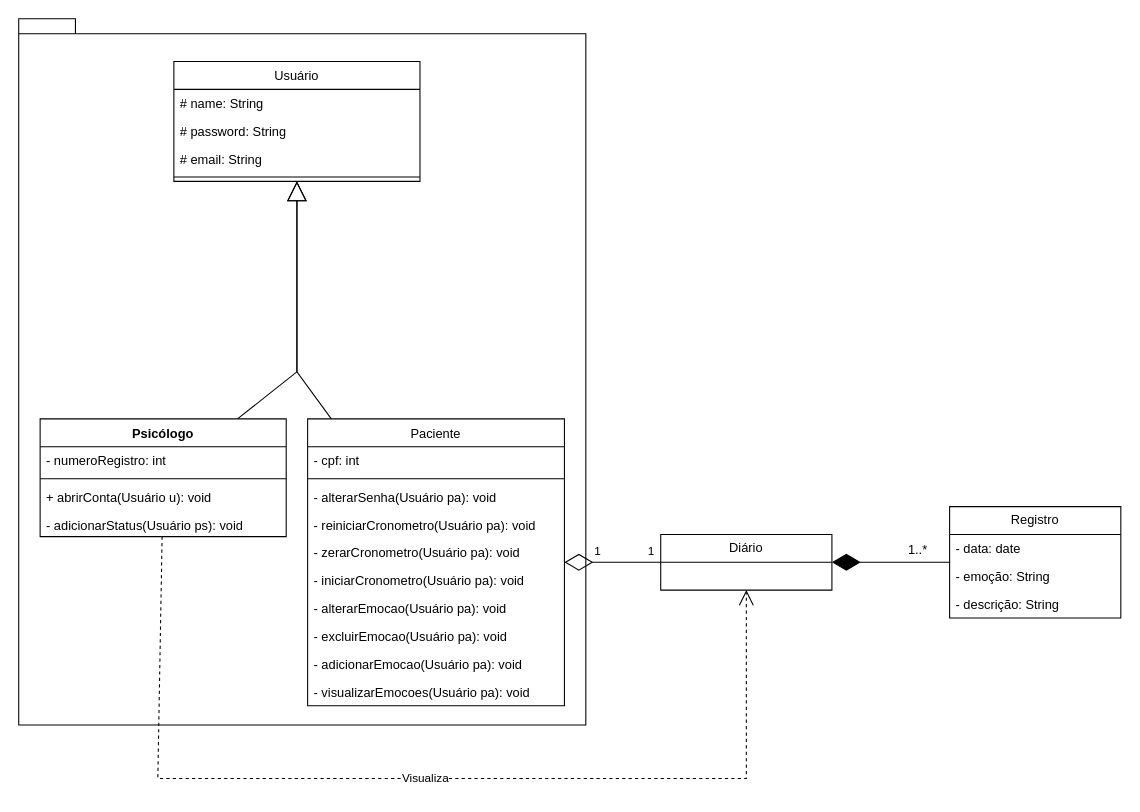
Above: InterfaceMyPeace.drawio in RebecaVieiraM/Diagramas (draw.io), before the change. Source tidied: cells renumbered, new cells numbered last; positions are measured from the earlier drawing's top-left corner, leaving out a move shared by most shapes. Both pictures are drawn from the tidied source at 107%, with x=0, y=0 at pixel (18, 18).
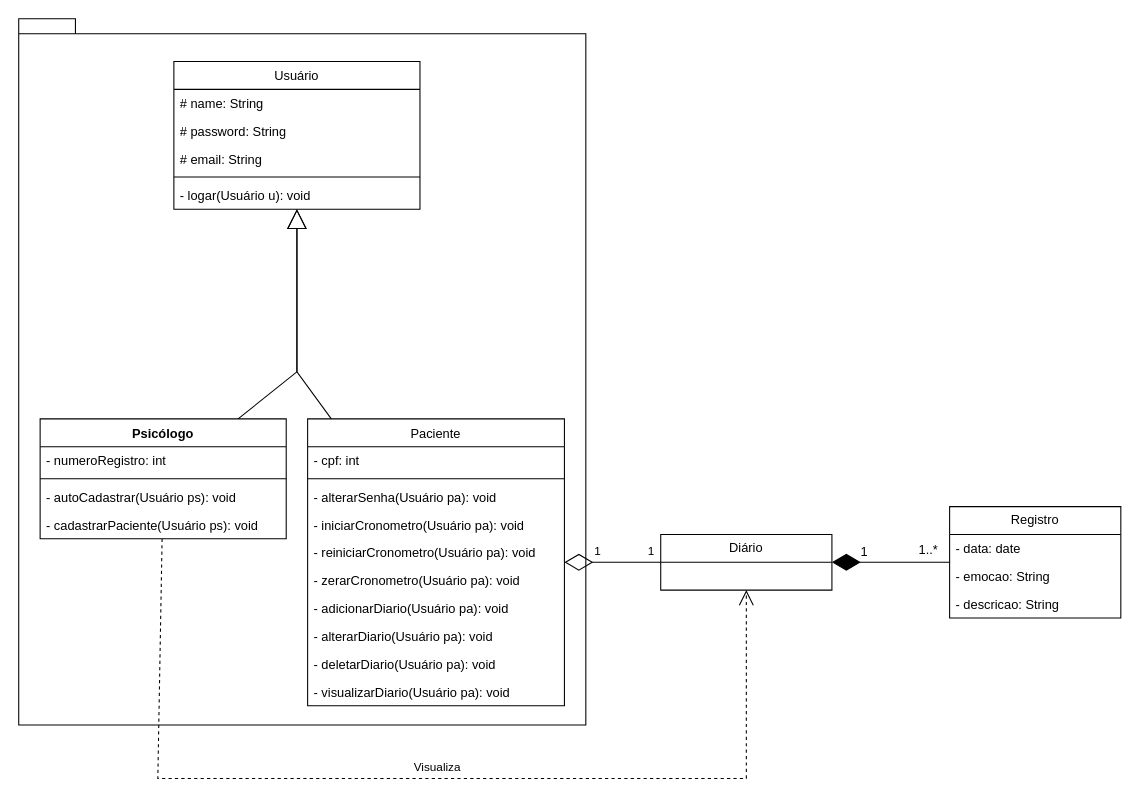
After the change.

Unchanged cells that the change refers to:
```xml
<mxCell id="5" value="Diário" style="swimlane;fontStyle=0;horizontal=1;startSize=26;fillColor=none;whiteSpace=wrap;html=1;" parent="1" vertex="1">
  <mxGeometry x="600" y="482" width="160" height="52" as="geometry" />
</mxCell>
<mxCell id="8" value="Registro" style="swimlane;fontStyle=0;horizontal=1;startSize=26;fillColor=none;whiteSpace=wrap;html=1;" parent="1" vertex="1">
  <mxGeometry x="870" y="456" width="160" height="104" as="geometry" />
</mxCell>
<mxCell id="18" value="&lt;span style=&quot;font-weight: 400;&quot;&gt;Paciente&lt;/span&gt;" style="swimlane;fontStyle=1;align=center;verticalAlign=top;horizontal=1;startSize=26;whiteSpace=wrap;html=1;" parent="1" vertex="1">
  <mxGeometry x="270" y="374" width="240" height="268" as="geometry" />
</mxCell>
```

The edit, as a diff of the source:
```diff
@@
-    <mxCell id="10" value="- emoção&lt;span style=&quot;background-color: initial;&quot;&gt;: String&lt;/span&gt;" style="text;strokeColor=none;fillColor=none;align=left;verticalAlign=top;spacingLeft=4;spacingRight=4;overflow=hidden;whiteSpace=wrap;html=1;" parent="8" vertex="1">
+    <mxCell id="10" value="- emocao&lt;span style=&quot;background-color: initial;&quot;&gt;: String&lt;/span&gt;" style="text;strokeColor=none;fillColor=none;align=left;verticalAlign=top;spacingLeft=4;spacingRight=4;overflow=hidden;whiteSpace=wrap;html=1;" parent="8" vertex="1">
       <mxGeometry y="52" width="160" height="26" as="geometry" />
     </mxCell>
-    <mxCell id="11" value="- descrição&lt;span style=&quot;background-color: initial;&quot;&gt;: String&lt;/span&gt;" style="text;strokeColor=none;fillColor=none;align=left;verticalAlign=top;spacingLeft=4;spacingRight=4;overflow=hidden;whiteSpace=wrap;html=1;" parent="8" vertex="1">
+    <mxCell id="11" value="- descricao&lt;span style=&quot;background-color: initial;&quot;&gt;: String&lt;/span&gt;" style="text;strokeColor=none;fillColor=none;align=left;verticalAlign=top;spacingLeft=4;spacingRight=4;overflow=hidden;whiteSpace=wrap;html=1;" parent="8" vertex="1">
       <mxGeometry y="78" width="160" height="26" as="geometry" />
     </mxCell>
     <mxCell id="12" value="1..*" style="text;html=1;align=center;verticalAlign=middle;strokeColor=none;fillColor=none;" parent="1" vertex="1">
-      <mxGeometry x="820" y="482" width="40" height="30" as="geometry" />
+      <mxGeometry x="830" y="482" width="40" height="30" as="geometry" />
     </mxCell>
     <mxCell id="13" value="Psicólogo" style="swimlane;fontStyle=1;align=center;verticalAlign=top;horizontal=1;startSize=26;whiteSpace=wrap;html=1;" parent="1" vertex="1">
-      <mxGeometry x="20" y="374" width="230" height="110" as="geometry" />
+      <mxGeometry x="20" y="374" width="230" height="112" as="geometry" />
     </mxCell>
@@
-    <mxCell id="16" value="+ abrirConta(Usuário u): void" style="text;strokeColor=none;fillColor=none;align=left;verticalAlign=top;spacingLeft=4;spacingRight=4;overflow=hidden;whiteSpace=wrap;html=1;" parent="13" vertex="1">
+    <mxCell id="16" value="- autoCadastrar(Usuário ps): void" style="text;strokeColor=none;fillColor=none;align=left;verticalAlign=top;spacingLeft=4;spacingRight=4;overflow=hidden;whiteSpace=wrap;html=1;" parent="13" vertex="1">
       <mxGeometry y="60" width="230" height="26" as="geometry" />
     </mxCell>
-    <mxCell id="17" value="- adicionarStatus(Usuário ps): void" style="text;strokeColor=none;fillColor=none;align=left;verticalAlign=top;spacingLeft=4;spacingRight=4;overflow=hidden;whiteSpace=wrap;html=1;" parent="13" vertex="1">
-      <mxGeometry y="86" width="230" height="24" as="geometry" />
-    </mxCell>
+    <mxCell id="37" value="- cadastrarPaciente(Usuário ps): void" style="text;strokeColor=none;fillColor=none;align=left;verticalAlign=top;spacingLeft=4;spacingRight=4;overflow=hidden;whiteSpace=wrap;html=1;" parent="13" vertex="1">
+      <mxGeometry y="86" width="230" height="26" as="geometry" />
+    </mxCell>
@@
+    <mxCell id="24" value="- iniciarCronometro(Usuário pa): void" style="text;strokeColor=none;fillColor=none;align=left;verticalAlign=top;spacingLeft=4;spacingRight=4;overflow=hidden;whiteSpace=wrap;html=1;" parent="18" vertex="1">
+      <mxGeometry y="86" width="240" height="26" as="geometry" />
+    </mxCell>
     <mxCell id="22" value="- reiniciarCronometro(Usuário pa): void" style="text;strokeColor=none;fillColor=none;align=left;verticalAlign=top;spacingLeft=4;spacingRight=4;overflow=hidden;whiteSpace=wrap;html=1;" parent="18" vertex="1">
-      <mxGeometry y="86" width="240" height="26" as="geometry" />
+      <mxGeometry y="112" width="240" height="26" as="geometry" />
     </mxCell>
     <mxCell id="23" value="- zerarCronometro(Usuário pa): void" style="text;strokeColor=none;fillColor=none;align=left;verticalAlign=top;spacingLeft=4;spacingRight=4;overflow=hidden;whiteSpace=wrap;html=1;" parent="18" vertex="1">
-      <mxGeometry y="112" width="240" height="26" as="geometry" />
+      <mxGeometry y="138" width="240" height="26" as="geometry" />
     </mxCell>
-    <mxCell id="24" value="- iniciarCronometro(Usuário pa): void" style="text;strokeColor=none;fillColor=none;align=left;verticalAlign=top;spacingLeft=4;spacingRight=4;overflow=hidden;whiteSpace=wrap;html=1;" parent="18" vertex="1">
-      <mxGeometry y="138" width="240" height="26" as="geometry" />
-    </mxCell>
+    <mxCell id="27" value="- adicionarDiario(Usuário pa): void" style="text;strokeColor=none;fillColor=none;align=left;verticalAlign=top;spacingLeft=4;spacingRight=4;overflow=hidden;whiteSpace=wrap;html=1;" parent="18" vertex="1">
+      <mxGeometry y="164" width="240" height="26" as="geometry" />
+    </mxCell>
-    <mxCell id="25" value="- alterarEmocao(Usuário pa): void" style="text;strokeColor=none;fillColor=none;align=left;verticalAlign=top;spacingLeft=4;spacingRight=4;overflow=hidden;whiteSpace=wrap;html=1;" parent="18" vertex="1">
-      <mxGeometry y="164" width="240" height="26" as="geometry" />
+    <mxCell id="25" value="- alterarDiario(Usuário pa): void" style="text;strokeColor=none;fillColor=none;align=left;verticalAlign=top;spacingLeft=4;spacingRight=4;overflow=hidden;whiteSpace=wrap;html=1;" parent="18" vertex="1">
+      <mxGeometry y="190" width="240" height="26" as="geometry" />
     </mxCell>
-    <mxCell id="26" value="- excluirEmocao(Usuário pa): void" style="text;strokeColor=none;fillColor=none;align=left;verticalAlign=top;spacingLeft=4;spacingRight=4;overflow=hidden;whiteSpace=wrap;html=1;" parent="18" vertex="1">
-      <mxGeometry y="190" width="240" height="26" as="geometry" />
+    <mxCell id="26" value="- deletarDiario(Usuário pa): void" style="text;strokeColor=none;fillColor=none;align=left;verticalAlign=top;spacingLeft=4;spacingRight=4;overflow=hidden;whiteSpace=wrap;html=1;" parent="18" vertex="1">
+      <mxGeometry y="216" width="240" height="26" as="geometry" />
     </mxCell>
-    <mxCell id="27" value="- adicionarEmocao(Usuário pa): void" style="text;strokeColor=none;fillColor=none;align=left;verticalAlign=top;spacingLeft=4;spacingRight=4;overflow=hidden;whiteSpace=wrap;html=1;" parent="18" vertex="1">
-      <mxGeometry y="216" width="240" height="26" as="geometry" />
-    </mxCell>
-    <mxCell id="28" value="- visualizarEmocoes(Usuário pa): void" style="text;strokeColor=none;fillColor=none;align=left;verticalAlign=top;spacingLeft=4;spacingRight=4;overflow=hidden;whiteSpace=wrap;html=1;" parent="18" vertex="1">
+    <mxCell id="28" value="- visualizarDiario(Usuário pa): void" style="text;strokeColor=none;fillColor=none;align=left;verticalAlign=top;spacingLeft=4;spacingRight=4;overflow=hidden;whiteSpace=wrap;html=1;" parent="18" vertex="1">
       <mxGeometry y="242" width="240" height="26" as="geometry" />
     </mxCell>
     <mxCell id="29" value="&lt;span style=&quot;font-weight: 400;&quot;&gt;Usuário&lt;/span&gt;" style="swimlane;fontStyle=1;align=center;verticalAlign=top;horizontal=1;startSize=26;whiteSpace=wrap;html=1;" parent="1" vertex="1">
-      <mxGeometry x="145" y="40" width="230" height="112" as="geometry" />
+      <mxGeometry x="145" y="40" width="230" height="138" as="geometry" />
     </mxCell>
@@
+    <mxCell id="38" value="- logar(Usuário u): void" style="text;strokeColor=none;fillColor=none;align=left;verticalAlign=top;spacingLeft=4;spacingRight=4;overflow=hidden;whiteSpace=wrap;html=1;" parent="29" vertex="1">
+      <mxGeometry y="112" width="230" height="26" as="geometry" />
+    </mxCell>
@@
     <mxCell id="36" value="Visualiza" style="endArrow=open;endSize=12;dashed=1;html=1;rounded=0;" parent="1" edge="1" source="13" target="5">
-      <mxGeometry relative="1" as="geometry">
+      <mxGeometry x="0.02" y="10" relative="1" as="geometry">
         <Array as="points">
           <mxPoint x="130" y="710" />
           <mxPoint x="680" y="710" />
         </Array>
       </mxGeometry>
     </mxCell>
+    <mxCell id="39" value="1" style="text;html=1;align=center;verticalAlign=middle;strokeColor=none;fillColor=none;" parent="1" vertex="1">
+      <mxGeometry x="775" y="484" width="30" height="30" as="geometry" />
+    </mxCell>
```
